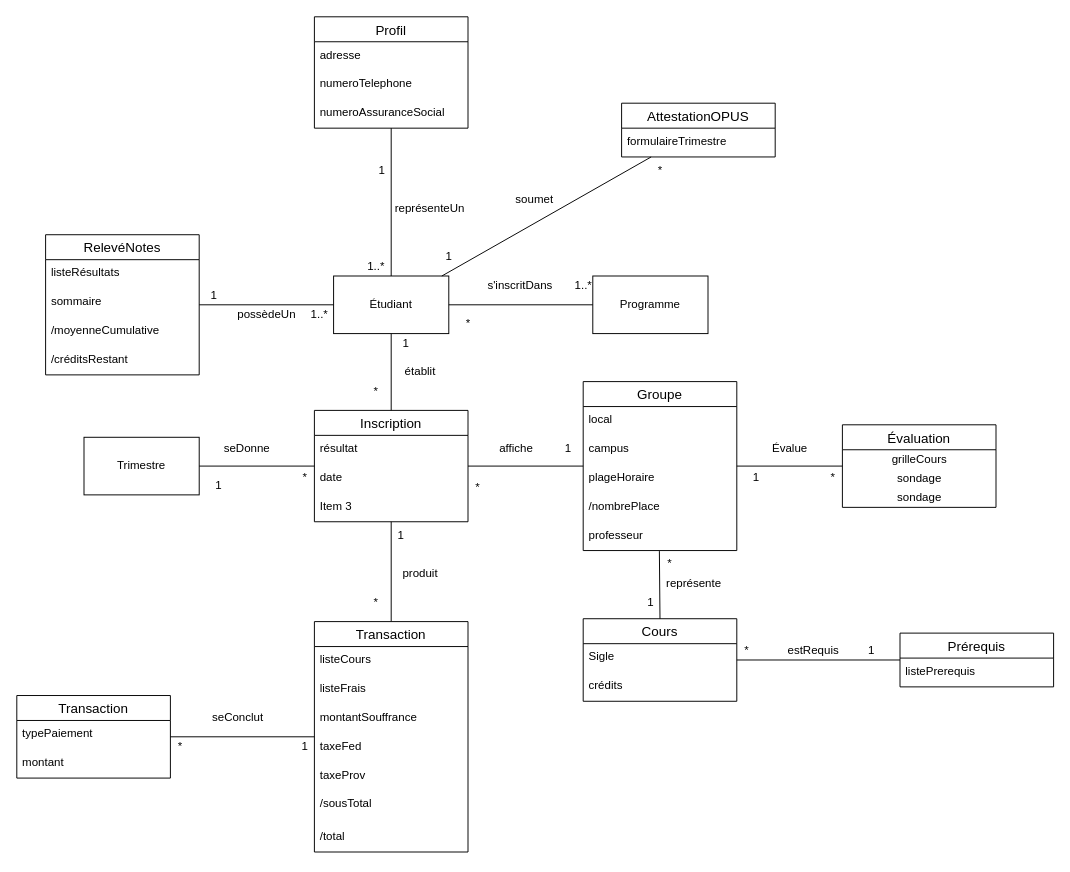
This is Modèle du domaine_Intra.drawio from yanleclerc/INF5151, a draw.io file, before an edit. Source tidied: cells renumbered, new cells numbered last; positions are measured from the earlier drawing's top-left corner, leaving out a move shared by most shapes. Both pictures are drawn from the tidied source at 96%, with x=0, y=0 at pixel (16, 16).
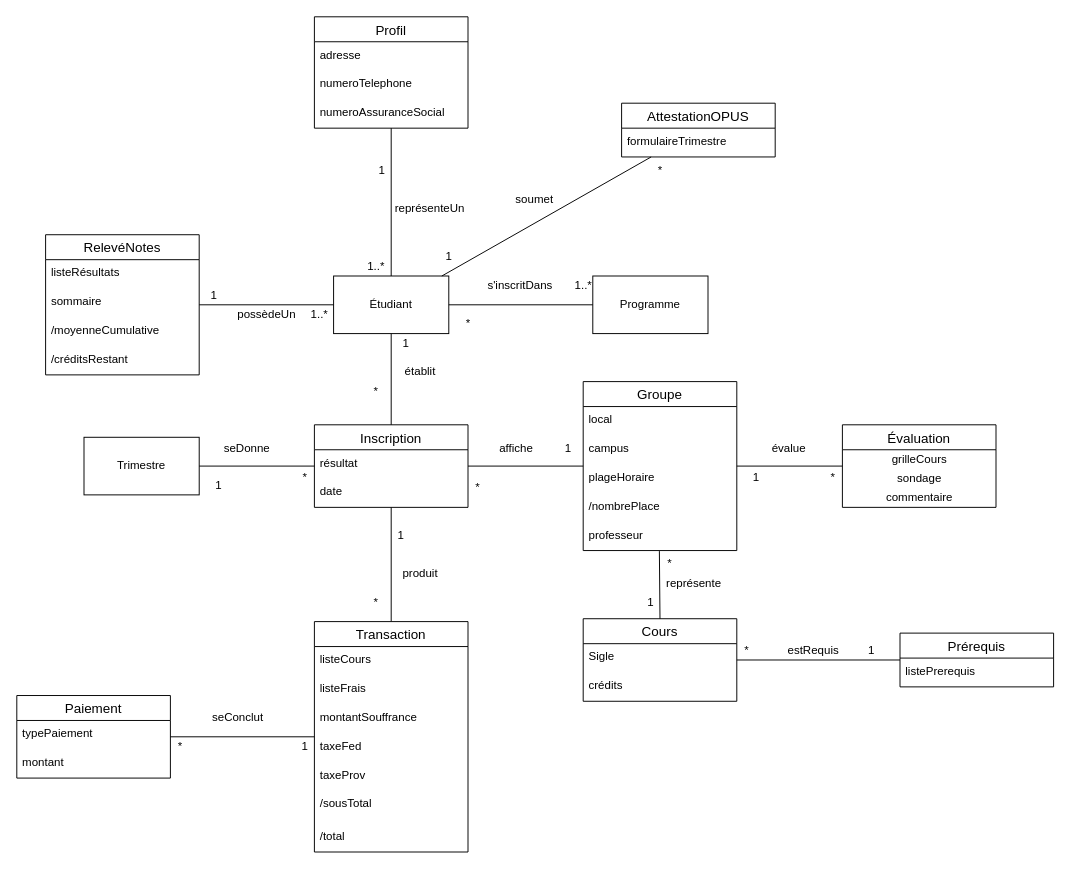
The same diagram, later.

Unchanged cells that the change refers to:
```xml
<mxCell id="58" value="Évaluation" style="swimlane;fontStyle=0;horizontal=1;startSize=26;align=center;fontSize=14;" parent="1" vertex="1">
  <mxGeometry x="860" y="425" width="160" height="86" as="geometry" />
</mxCell>
```

What changed in the source:
```diff
@@
     <mxCell id="3" value="Inscription" style="swimlane;fontStyle=0;horizontal=1;startSize=26;align=center;fontSize=14;" parent="1" vertex="1">
-      <mxGeometry x="310" y="410" width="160" height="116" as="geometry" />
+      <mxGeometry x="310" y="425" width="160" height="86" as="geometry" />
     </mxCell>
@@
-    <mxCell id="6" value="Item 3" style="text;strokeColor=none;fillColor=none;spacingLeft=4;spacingRight=4;overflow=hidden;fontSize=12;" parent="3" vertex="1">
-      <mxGeometry y="86" width="160" height="30" as="geometry" />
-    </mxCell>
@@
-    <mxCell id="48" value="Transaction" style="swimlane;fontStyle=0;horizontal=1;startSize=26;align=center;fontSize=14;" parent="1" vertex="1">
+    <mxCell id="48" value="Paiement" style="swimlane;fontStyle=0;horizontal=1;startSize=26;align=center;fontSize=14;" parent="1" vertex="1">
       <mxGeometry y="707" width="160" height="86" as="geometry" />
     </mxCell>
@@
-    <mxCell id="61" value="sondage" style="text;html=1;align=center;verticalAlign=middle;" parent="58" vertex="1">
+    <mxCell id="61" value="commentaire" style="text;html=1;align=center;verticalAlign=middle;" parent="58" vertex="1">
       <mxGeometry y="66" width="160" height="20" as="geometry" />
     </mxCell>
@@
-    <mxCell id="70" value="Évalue" style="text;html=1;align=center;verticalAlign=middle;" parent="1" vertex="1">
-      <mxGeometry x="780" y="440" width="50" height="20" as="geometry" />
+    <mxCell id="70" value="évalue" style="text;html=1;align=center;verticalAlign=middle;" parent="1" vertex="1">
+      <mxGeometry x="779" y="440" width="50" height="20" as="geometry" />
     </mxCell>
```
